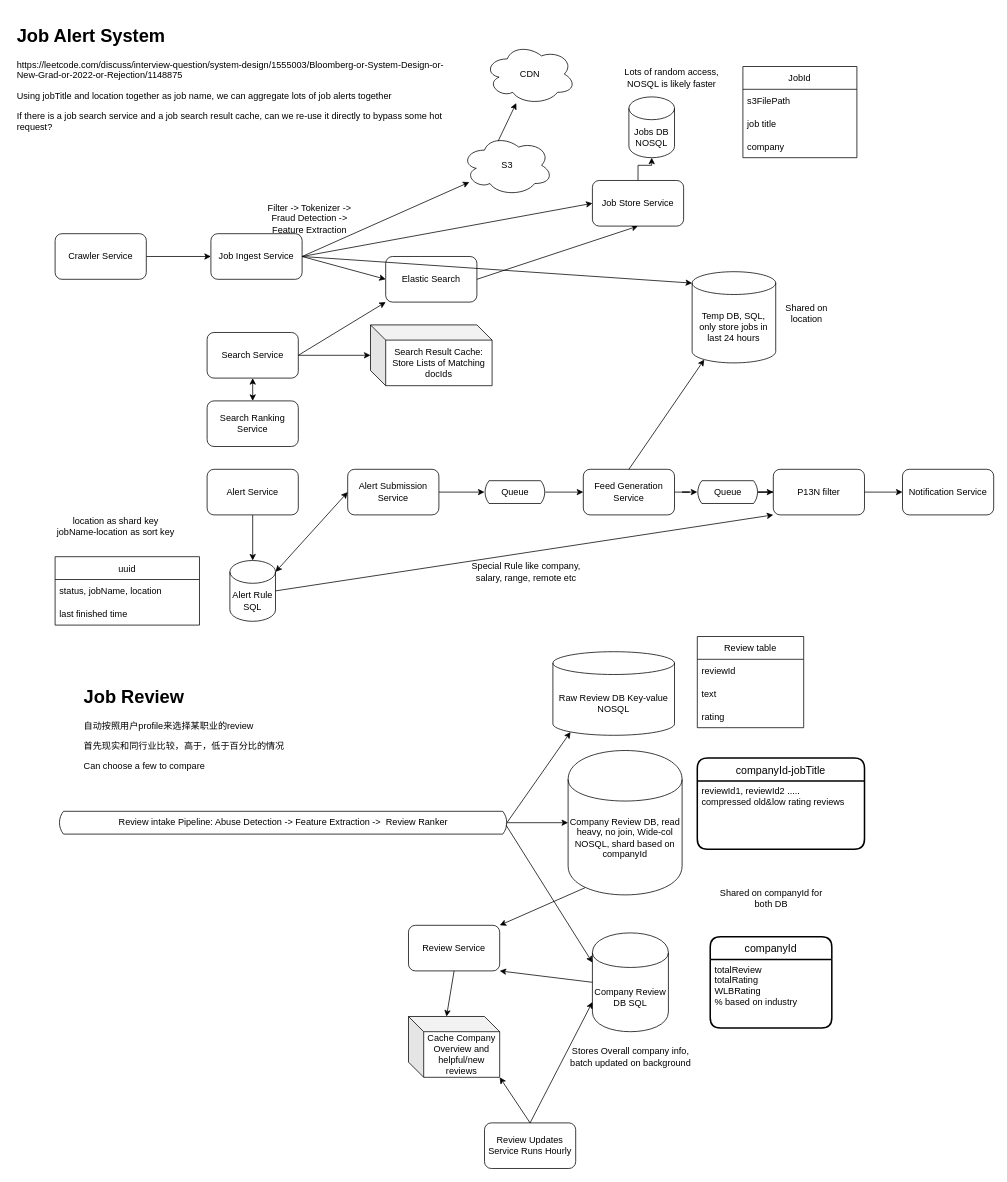
This is System Design Diagrams/Job Alert Diagram.drawio from zyy890316/CS-Notes, a draw.io file, before an edit. Source tidied: cells renumbered, new cells numbered last; positions are measured from the earlier drawing's top-left corner, leaving out a move shared by most shapes. Both pictures are drawn from the tidied source at 76%, with x=0, y=0 at pixel (13, 21).
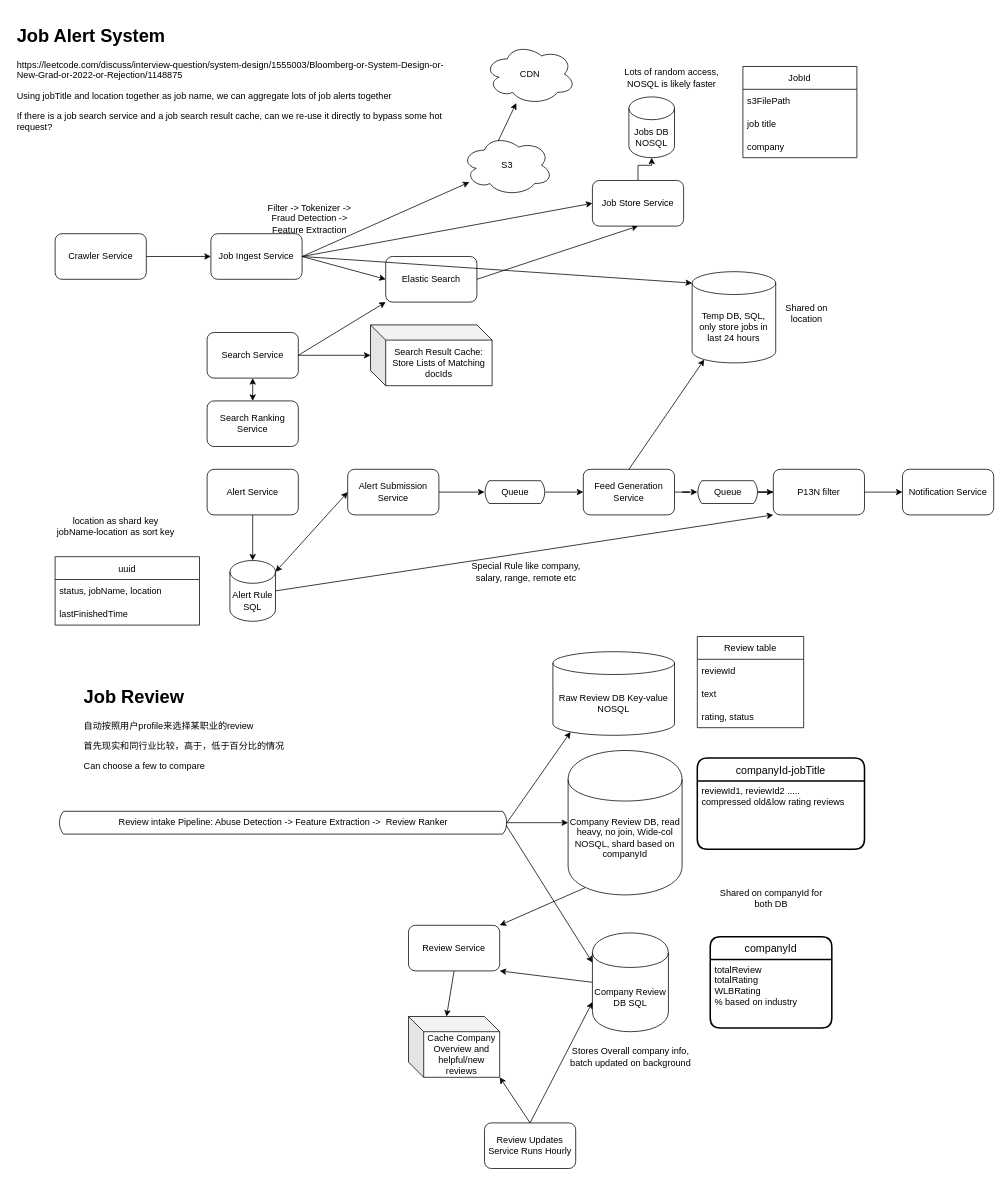
After the change.

Unchanged cells that the change refers to:
```xml
<mxCell id="3" value="uuid" style="swimlane;fontStyle=0;horizontal=1;startSize=30;" parent="1" vertex="1">
  <mxGeometry x="55" y="705" width="190" height="90" as="geometry" />
</mxCell>
<mxCell id="76" value="Review table" style="swimlane;fontStyle=0;horizontal=1;startSize=30;" parent="1" vertex="1">
  <mxGeometry x="900" y="810" width="140" height="120" as="geometry" />
</mxCell>
```

Change to the diagram source:
```diff
@@
-    <mxCell id="5" value="last finished time" style="text;strokeColor=none;fillColor=none;align=left;verticalAlign=middle;spacingLeft=4;spacingRight=4;overflow=hidden;" parent="3" vertex="1">
+    <mxCell id="5" value="lastFinishedTime" style="text;strokeColor=none;fillColor=none;align=left;verticalAlign=middle;spacingLeft=4;spacingRight=4;overflow=hidden;" parent="3" vertex="1">
       <mxGeometry y="60" width="190" height="30" as="geometry" />
     </mxCell>
@@
-    <mxCell id="79" value="rating" style="text;strokeColor=none;fillColor=none;align=left;verticalAlign=middle;spacingLeft=4;spacingRight=4;overflow=hidden;" parent="76" vertex="1">
+    <mxCell id="79" value="rating, status" style="text;strokeColor=none;fillColor=none;align=left;verticalAlign=middle;spacingLeft=4;spacingRight=4;overflow=hidden;" parent="76" vertex="1">
       <mxGeometry y="90" width="140" height="30" as="geometry" />
     </mxCell>
```
